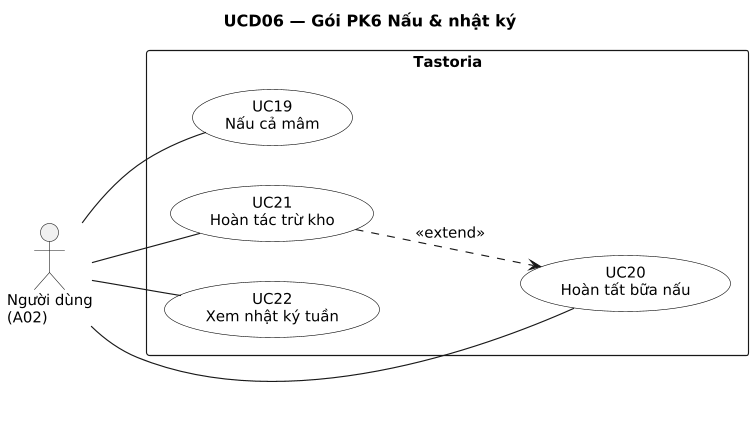
NamBuw/Tastoria keeps this PlantUML diagram as docs/uml/out/usecase/UCD06-nau-nhat-ky.png. Above is the earlier version.
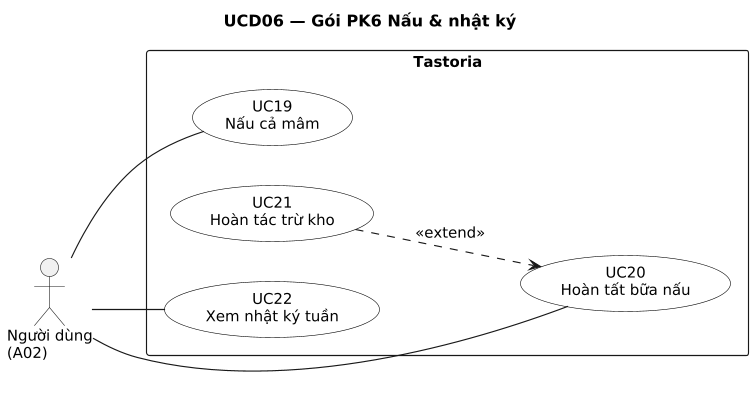
The same diagram one commit later.

Diff of the diagram source:
```diff
@@ -23,7 +23,6 @@
 
 A02 -- UC19
 A02 -- UC20
-A02 -- UC21
 A02 -- UC22
 UC21 ..> UC20 : <<extend>>
 @enduml
```
